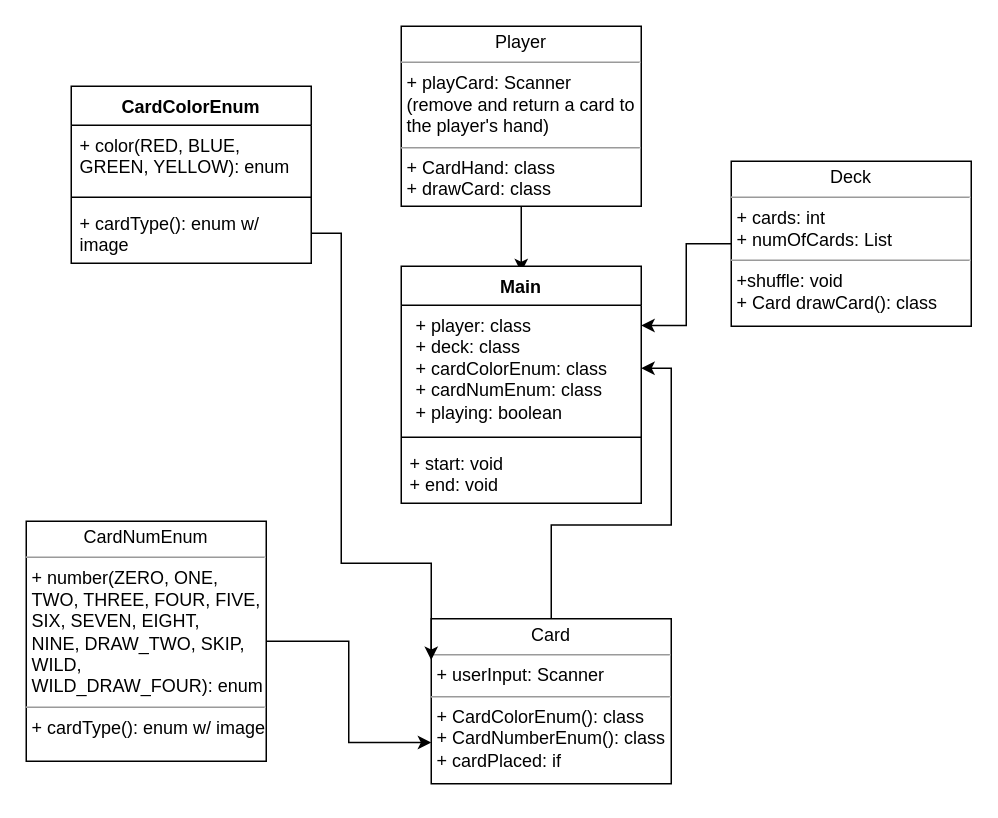
The draw.io diagram UnoGame.drawio in LilianDm/UnoGame, before the edit. Source tidied: cells renumbered, new cells numbered last; positions are measured from the earlier drawing's top-left corner, leaving out a move shared by most shapes. Both pictures are drawn from the tidied source at 150%, with x=0, y=0 at pixel (26, 26).
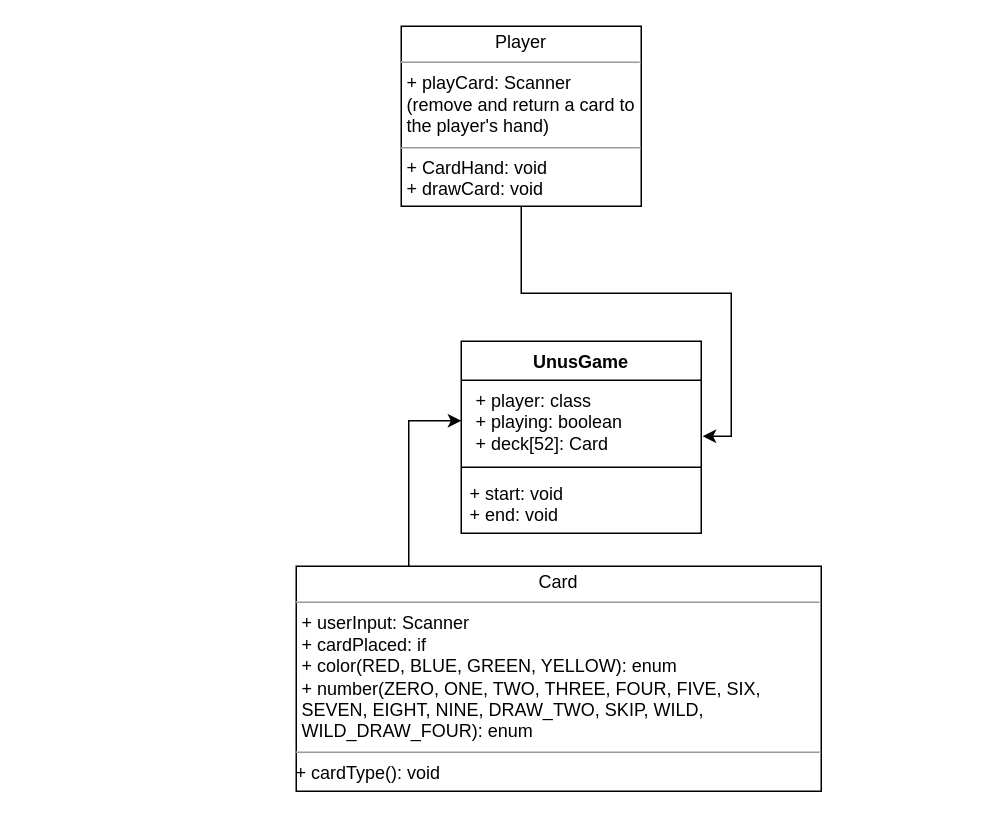
The same page after the edit.

The edit, as a diff of the source:
```diff
@@
-    <mxCell id="2" value="CardColorEnum" style="swimlane;fontStyle=1;align=center;verticalAlign=top;horizontal=1;startSize=26;whiteSpace=wrap;html=1;" parent="1" vertex="1">
-      <mxGeometry x="30" y="40" width="160" height="118" as="geometry" />
-    </mxCell>
-    <mxCell id="3" value="+ color(RED, BLUE, GREEN, YELLOW): enum" style="text;strokeColor=none;fillColor=none;align=left;verticalAlign=top;spacingLeft=4;spacingRight=4;overflow=hidden;whiteSpace=wrap;html=1;" parent="2" vertex="1">
-      <mxGeometry y="26" width="160" height="44" as="geometry" />
-    </mxCell>
-    <mxCell id="4" style="line;strokeWidth=1;fillColor=none;align=left;verticalAlign=middle;spacingTop=-1;spacingLeft=3;spacingRight=3;labelPosition=right;strokeColor=inherit;" parent="2" vertex="1">
-      <mxGeometry y="70" width="160" height="8" as="geometry" />
-    </mxCell>
-    <mxCell id="5" value="+ cardType(): enum w/ image" style="text;strokeColor=none;fillColor=none;align=left;verticalAlign=top;spacingLeft=4;spacingRight=4;overflow=hidden;points=[[0,0.5],[1,0.5]];portConstraint=eastwest;whiteSpace=wrap;html=1;" parent="2" vertex="1">
-      <mxGeometry y="78" width="160" height="40" as="geometry" />
-    </mxCell>
-    <mxCell id="6" style="edgeStyle=orthogonalEdgeStyle;rounded=0;jettySize=auto;html=1;entryX=0.5;entryY=0;entryDx=0;entryDy=0;" parent="1" edge="1" source="7">
-      <mxGeometry relative="1" as="geometry">
-        <mxPoint x="330" y="164" as="targetPoint" />
-      </mxGeometry>
+    <mxCell id="6" style="edgeStyle=orthogonalEdgeStyle;rounded=0;jettySize=auto;html=1;entryX=1.006;entryY=0.691;entryDx=0;entryDy=0;entryPerimeter=0;" parent="1" edge="1" source="7" target="11">
+      <mxGeometry relative="1" as="geometry" />
     </mxCell>
-    <mxCell id="7" value="&lt;p style=&quot;margin:0px;margin-top:4px;text-align:center;&quot;&gt;Player&lt;/p&gt;&lt;hr size=&quot;1&quot;&gt;&lt;p style=&quot;margin:0px;margin-left:4px;&quot;&gt;+ playCard: Scanner&lt;/p&gt;&lt;p style=&quot;margin:0px;margin-left:4px;&quot;&gt;(remove and return a card to the player's hand)&lt;/p&gt;&lt;hr size=&quot;1&quot;&gt;&lt;p style=&quot;margin:0px;margin-left:4px;&quot;&gt;+ CardHand: class&lt;br&gt;&lt;/p&gt;&lt;p style=&quot;margin:0px;margin-left:4px;&quot;&gt;+ drawCard: class&lt;br&gt;&lt;/p&gt;" style="verticalAlign=top;align=left;overflow=fill;html=1;whiteSpace=wrap;" parent="1" vertex="1">
+    <mxCell id="7" value="&lt;p style=&quot;margin:0px;margin-top:4px;text-align:center;&quot;&gt;Player&lt;/p&gt;&lt;hr size=&quot;1&quot;&gt;&lt;p style=&quot;margin:0px;margin-left:4px;&quot;&gt;+ playCard: Scanner&lt;/p&gt;&lt;p style=&quot;margin:0px;margin-left:4px;&quot;&gt;(remove and return a card to the player's hand)&lt;/p&gt;&lt;hr size=&quot;1&quot;&gt;&lt;p style=&quot;margin:0px;margin-left:4px;&quot;&gt;+ CardHand: void&lt;br&gt;&lt;/p&gt;&lt;p style=&quot;margin:0px;margin-left:4px;&quot;&gt;+ drawCard: void&lt;br&gt;&lt;/p&gt;" style="verticalAlign=top;align=left;overflow=fill;html=1;whiteSpace=wrap;" parent="1" vertex="1">
       <mxGeometry x="250" width="160" height="120" as="geometry" />
     </mxCell>
-    <mxCell id="8" style="edgeStyle=orthogonalEdgeStyle;rounded=0;jettySize=auto;html=1;" parent="1" edge="1" source="9" target="11">
-      <mxGeometry relative="1" as="geometry" />
+    <mxCell id="8" style="edgeStyle=orthogonalEdgeStyle;rounded=0;jettySize=auto;html=1;entryX=0;entryY=0.5;entryDx=0;entryDy=0;" parent="1" edge="1" target="11">
+      <mxGeometry relative="1" as="geometry">
+        <mxPoint x="255" y="360" as="sourcePoint" />
+        <Array as="points">
+          <mxPoint x="255" y="263" />
+        </Array>
+      </mxGeometry>
     </mxCell>
-    <mxCell id="9" value="&lt;p style=&quot;margin:0px;margin-top:4px;text-align:center;&quot;&gt;Card&lt;/p&gt;&lt;hr size=&quot;1&quot;&gt;&lt;p style=&quot;margin:0px;margin-left:4px;&quot;&gt;+ userInput: Scanner&lt;/p&gt;&lt;hr size=&quot;1&quot;&gt;&lt;p style=&quot;margin:0px;margin-left:4px;&quot;&gt;+ CardColorEnum(): class&lt;/p&gt;&lt;p style=&quot;margin:0px;margin-left:4px;&quot;&gt;+ CardNumberEnum(): class&lt;/p&gt;&lt;p style=&quot;margin:0px;margin-left:4px;&quot;&gt;+ cardPlaced: if&lt;/p&gt;" style="verticalAlign=top;align=left;overflow=fill;html=1;whiteSpace=wrap;" parent="1" vertex="1">
-      <mxGeometry x="270" y="395" width="160" height="110" as="geometry" />
+    <mxCell id="9" value="&lt;p style=&quot;margin:0px;margin-top:4px;text-align:center;&quot;&gt;Card&lt;/p&gt;&lt;hr size=&quot;1&quot;&gt;&lt;p style=&quot;margin:0px;margin-left:4px;&quot;&gt;+ userInput: Scanner&lt;/p&gt;&lt;p style=&quot;margin:0px;margin-left:4px;&quot;&gt;+ cardPlaced: if&lt;/p&gt;&lt;p style=&quot;margin:0px;margin-left:4px;&quot;&gt;&lt;span style=&quot;background-color: initial;&quot;&gt;+ color(RED, BLUE, GREEN, YELLOW): enum&lt;/span&gt;&lt;br&gt;&lt;/p&gt;&lt;p style=&quot;margin:0px;margin-left:4px;&quot;&gt;&lt;span style=&quot;background-color: initial;&quot;&gt;+ number(ZERO, ONE, TWO, THREE, FOUR, FIVE, SIX, SEVEN, EIGHT, NINE, DRAW_TWO, SKIP, WILD, WILD_DRAW_FOUR): enum&lt;/span&gt;&lt;br&gt;&lt;/p&gt;&lt;hr size=&quot;1&quot;&gt;+ cardType(): void&lt;p style=&quot;margin:0px;margin-left:4px;&quot;&gt;&lt;/p&gt;" style="verticalAlign=top;align=left;overflow=fill;html=1;whiteSpace=wrap;" parent="1" vertex="1">
+      <mxGeometry x="180" y="360" width="350" height="150" as="geometry" />
     </mxCell>
-    <mxCell id="10" value="Main" style="swimlane;fontStyle=1;align=center;verticalAlign=top;horizontal=1;startSize=26;whiteSpace=wrap;html=1;" parent="1" vertex="1">
-      <mxGeometry x="250" y="160" width="160" height="158" as="geometry" />
+    <mxCell id="10" value="UnusGame" style="swimlane;fontStyle=1;align=center;verticalAlign=top;horizontal=1;startSize=26;whiteSpace=wrap;html=1;" parent="1" vertex="1">
+      <mxGeometry x="290" y="210" width="160" height="128" as="geometry" />
     </mxCell>
-    <mxCell id="11" value="&lt;p style=&quot;--tw-border-spacing-x: 0; --tw-border-spacing-y: 0; --tw-translate-x: 0; --tw-translate-y: 0; --tw-rotate: 0; --tw-skew-x: 0; --tw-skew-y: 0; --tw-scale-x: 1; --tw-scale-y: 1; --tw-pan-x: ; --tw-pan-y: ; --tw-pinch-zoom: ; --tw-scroll-snap-strictness: proximity; --tw-gradient-from-position: ; --tw-gradient-via-position: ; --tw-gradient-to-position: ; --tw-ordinal: ; --tw-slashed-zero: ; --tw-numeric-figure: ; --tw-numeric-spacing: ; --tw-numeric-fraction: ; --tw-ring-inset: ; --tw-ring-offset-width: 0px; --tw-ring-offset-color: #fff; --tw-ring-color: rgb(59 130 246 / .5); --tw-ring-offset-shadow: 0 0 #0000; --tw-ring-shadow: 0 0 #0000; --tw-shadow: 0 0 #0000; --tw-shadow-colored: 0 0 #0000; --tw-blur: ; --tw-brightness: ; --tw-contrast: ; --tw-grayscale: ; --tw-hue-rotate: ; --tw-invert: ; --tw-saturate: ; --tw-sepia: ; --tw-drop-shadow: ; --tw-backdrop-blur: ; --tw-backdrop-brightness: ; --tw-backdrop-contrast: ; --tw-backdrop-grayscale: ; --tw-backdrop-hue-rotate: ; --tw-backdrop-invert: ; --tw-backdrop-opacity: ; --tw-backdrop-saturate: ; --tw-backdrop-sepia: ; border-color: var(--border-color); margin: 0px 0px 0px 4px;&quot;&gt;+ player: class&lt;br style=&quot;--tw-border-spacing-x: 0; --tw-border-spacing-y: 0; --tw-translate-x: 0; --tw-translate-y: 0; --tw-rotate: 0; --tw-skew-x: 0; --tw-skew-y: 0; --tw-scale-x: 1; --tw-scale-y: 1; --tw-pan-x: ; --tw-pan-y: ; --tw-pinch-zoom: ; --tw-scroll-snap-strictness: proximity; --tw-gradient-from-position: ; --tw-gradient-via-position: ; --tw-gradient-to-position: ; --tw-ordinal: ; --tw-slashed-zero: ; --tw-numeric-figure: ; --tw-numeric-spacing: ; --tw-numeric-fraction: ; --tw-ring-inset: ; --tw-ring-offset-width: 0px; --tw-ring-offset-color: #fff; --tw-ring-color: rgb(59 130 246 / .5); --tw-ring-offset-shadow: 0 0 #0000; --tw-ring-shadow: 0 0 #0000; --tw-shadow: 0 0 #0000; --tw-shadow-colored: 0 0 #0000; --tw-blur: ; --tw-brightness: ; --tw-contrast: ; --tw-grayscale: ; --tw-hue-rotate: ; --tw-invert: ; --tw-saturate: ; --tw-sepia: ; --tw-drop-shadow: ; --tw-backdrop-blur: ; --tw-backdrop-brightness: ; --tw-backdrop-contrast: ; --tw-backdrop-grayscale: ; --tw-backdrop-hue-rotate: ; --tw-backdrop-invert: ; --tw-backdrop-opacity: ; --tw-backdrop-saturate: ; --tw-backdrop-sepia: ; border-color: var(--border-color);&quot;&gt;&lt;/p&gt;&lt;p style=&quot;--tw-border-spacing-x: 0; --tw-border-spacing-y: 0; --tw-translate-x: 0; --tw-translate-y: 0; --tw-rotate: 0; --tw-skew-x: 0; --tw-skew-y: 0; --tw-scale-x: 1; --tw-scale-y: 1; --tw-pan-x: ; --tw-pan-y: ; --tw-pinch-zoom: ; --tw-scroll-snap-strictness: proximity; --tw-gradient-from-position: ; --tw-gradient-via-position: ; --tw-gradient-to-position: ; --tw-ordinal: ; --tw-slashed-zero: ; --tw-numeric-figure: ; --tw-numeric-spacing: ; --tw-numeric-fraction: ; --tw-ring-inset: ; --tw-ring-offset-width: 0px; --tw-ring-offset-color: #fff; --tw-ring-color: rgb(59 130 246 / .5); --tw-ring-offset-shadow: 0 0 #0000; --tw-ring-shadow: 0 0 #0000; --tw-shadow: 0 0 #0000; --tw-shadow-colored: 0 0 #0000; --tw-blur: ; --tw-brightness: ; --tw-contrast: ; --tw-grayscale: ; --tw-hue-rotate: ; --tw-invert: ; --tw-saturate: ; --tw-sepia: ; --tw-drop-shadow: ; --tw-backdrop-blur: ; --tw-backdrop-brightness: ; --tw-backdrop-contrast: ; --tw-backdrop-grayscale: ; --tw-backdrop-hue-rotate: ; --tw-backdrop-invert: ; --tw-backdrop-opacity: ; --tw-backdrop-saturate: ; --tw-backdrop-sepia: ; border-color: var(--border-color); margin: 0px 0px 0px 4px;&quot;&gt;+ deck: class&lt;/p&gt;&lt;p style=&quot;--tw-border-spacing-x: 0; --tw-border-spacing-y: 0; --tw-translate-x: 0; --tw-translate-y: 0; --tw-rotate: 0; --tw-skew-x: 0; --tw-skew-y: 0; --tw-scale-x: 1; --tw-scale-y: 1; --tw-pan-x: ; --tw-pan-y: ; --tw-pinch-zoom: ; --tw-scroll-snap-strictness: proximity; --tw-gradient-from-position: ; --tw-gradient-via-position: ; --tw-gradient-to-position: ; --tw-ordinal: ; --tw-slashed-zero: ; --tw-numeric-figure: ; --tw-numeric-spacing: ; --tw-numeric-fraction: ; --tw-ring-inset: ; --tw-ring-offset-width: 0px; --tw-ring-offset-color: #fff; --tw-ring-color: rgb(59 130 246 / .5); --tw-ring-offset-shadow: 0 0 #0000; --tw-ring-shadow: 0 0 #0000; --tw-shadow: 0 0 #0000; --tw-shadow-colored: 0 0 #0000; --tw-blur: ; --tw-brightness: ; --tw-contrast: ; --tw-grayscale: ; --tw-hue-rotate: ; --tw-invert: ; --tw-saturate: ; --tw-sepia: ; --tw-drop-shadow: ; --tw-backdrop-blur: ; --tw-backdrop-brightness: ; --tw-backdrop-contrast: ; --tw-backdrop-grayscale: ; --tw-backdrop-hue-rotate: ; --tw-backdrop-invert: ; --tw-backdrop-opacity: ; --tw-backdrop-saturate: ; --tw-backdrop-sepia: ; border-color: var(--border-color); margin: 0px 0px 0px 4px;&quot;&gt;+ cardColorEnum: class&lt;/p&gt;&lt;p style=&quot;--tw-border-spacing-x: 0; --tw-border-spacing-y: 0; --tw-translate-x: 0; --tw-translate-y: 0; --tw-rotate: 0; --tw-skew-x: 0; --tw-skew-y: 0; --tw-scale-x: 1; --tw-scale-y: 1; --tw-pan-x: ; --tw-pan-y: ; --tw-pinch-zoom: ; --tw-scroll-snap-strictness: proximity; --tw-gradient-from-position: ; --tw-gradient-via-position: ; --tw-gradient-to-position: ; --tw-ordinal: ; --tw-slashed-zero: ; --tw-numeric-figure: ; --tw-numeric-spacing: ; --tw-numeric-fraction: ; --tw-ring-inset: ; --tw-ring-offset-width: 0px; --tw-ring-offset-color: #fff; --tw-ring-color: rgb(59 130 246 / .5); --tw-ring-offset-shadow: 0 0 #0000; --tw-ring-shadow: 0 0 #0000; --tw-shadow: 0 0 #0000; --tw-shadow-colored: 0 0 #0000; --tw-blur: ; --tw-brightness: ; --tw-contrast: ; --tw-grayscale: ; --tw-hue-rotate: ; --tw-invert: ; --tw-saturate: ; --tw-sepia: ; --tw-drop-shadow: ; --tw-backdrop-blur: ; --tw-backdrop-brightness: ; --tw-backdrop-contrast: ; --tw-backdrop-grayscale: ; --tw-backdrop-hue-rotate: ; --tw-backdrop-invert: ; --tw-backdrop-opacity: ; --tw-backdrop-saturate: ; --tw-backdrop-sepia: ; border-color: var(--border-color); margin: 0px 0px 0px 4px;&quot;&gt;+ cardNumEnum: class&lt;/p&gt;&lt;p style=&quot;--tw-border-spacing-x: 0; --tw-border-spacing-y: 0; --tw-translate-x: 0; --tw-translate-y: 0; --tw-rotate: 0; --tw-skew-x: 0; --tw-skew-y: 0; --tw-scale-x: 1; --tw-scale-y: 1; --tw-pan-x: ; --tw-pan-y: ; --tw-pinch-zoom: ; --tw-scroll-snap-strictness: proximity; --tw-gradient-from-position: ; --tw-gradient-via-position: ; --tw-gradient-to-position: ; --tw-ordinal: ; --tw-slashed-zero: ; --tw-numeric-figure: ; --tw-numeric-spacing: ; --tw-numeric-fraction: ; --tw-ring-inset: ; --tw-ring-offset-width: 0px; --tw-ring-offset-color: #fff; --tw-ring-color: rgb(59 130 246 / .5); --tw-ring-offset-shadow: 0 0 #0000; --tw-ring-shadow: 0 0 #0000; --tw-shadow: 0 0 #0000; --tw-shadow-colored: 0 0 #0000; --tw-blur: ; --tw-brightness: ; --tw-contrast: ; --tw-grayscale: ; --tw-hue-rotate: ; --tw-invert: ; --tw-saturate: ; --tw-sepia: ; --tw-drop-shadow: ; --tw-backdrop-blur: ; --tw-backdrop-brightness: ; --tw-backdrop-contrast: ; --tw-backdrop-grayscale: ; --tw-backdrop-hue-rotate: ; --tw-backdrop-invert: ; --tw-backdrop-opacity: ; --tw-backdrop-saturate: ; --tw-backdrop-sepia: ; border-color: var(--border-color); margin: 0px 0px 0px 4px;&quot;&gt;+ playing: boolean&lt;/p&gt;" style="text;strokeColor=none;fillColor=none;align=left;verticalAlign=top;spacingLeft=4;spacingRight=4;overflow=hidden;points=[[0,0.5],[1,0.5]];portConstraint=eastwest;whiteSpace=wrap;html=1;" parent="10" vertex="1">
-      <mxGeometry y="26" width="160" height="84" as="geometry" />
+    <mxCell id="11" value="&lt;p style=&quot;--tw-border-spacing-x: 0; --tw-border-spacing-y: 0; --tw-translate-x: 0; --tw-translate-y: 0; --tw-rotate: 0; --tw-skew-x: 0; --tw-skew-y: 0; --tw-scale-x: 1; --tw-scale-y: 1; --tw-pan-x: ; --tw-pan-y: ; --tw-pinch-zoom: ; --tw-scroll-snap-strictness: proximity; --tw-gradient-from-position: ; --tw-gradient-via-position: ; --tw-gradient-to-position: ; --tw-ordinal: ; --tw-slashed-zero: ; --tw-numeric-figure: ; --tw-numeric-spacing: ; --tw-numeric-fraction: ; --tw-ring-inset: ; --tw-ring-offset-width: 0px; --tw-ring-offset-color: #fff; --tw-ring-color: rgb(59 130 246 / .5); --tw-ring-offset-shadow: 0 0 #0000; --tw-ring-shadow: 0 0 #0000; --tw-shadow: 0 0 #0000; --tw-shadow-colored: 0 0 #0000; --tw-blur: ; --tw-brightness: ; --tw-contrast: ; --tw-grayscale: ; --tw-hue-rotate: ; --tw-invert: ; --tw-saturate: ; --tw-sepia: ; --tw-drop-shadow: ; --tw-backdrop-blur: ; --tw-backdrop-brightness: ; --tw-backdrop-contrast: ; --tw-backdrop-grayscale: ; --tw-backdrop-hue-rotate: ; --tw-backdrop-invert: ; --tw-backdrop-opacity: ; --tw-backdrop-saturate: ; --tw-backdrop-sepia: ; border-color: var(--border-color); margin: 0px 0px 0px 4px;&quot;&gt;+ player: class&lt;/p&gt;&lt;p style=&quot;--tw-border-spacing-x: 0; --tw-border-spacing-y: 0; --tw-translate-x: 0; --tw-translate-y: 0; --tw-rotate: 0; --tw-skew-x: 0; --tw-skew-y: 0; --tw-scale-x: 1; --tw-scale-y: 1; --tw-pan-x: ; --tw-pan-y: ; --tw-pinch-zoom: ; --tw-scroll-snap-strictness: proximity; --tw-gradient-from-position: ; --tw-gradient-via-position: ; --tw-gradient-to-position: ; --tw-ordinal: ; --tw-slashed-zero: ; --tw-numeric-figure: ; --tw-numeric-spacing: ; --tw-numeric-fraction: ; --tw-ring-inset: ; --tw-ring-offset-width: 0px; --tw-ring-offset-color: #fff; --tw-ring-color: rgb(59 130 246 / .5); --tw-ring-offset-shadow: 0 0 #0000; --tw-ring-shadow: 0 0 #0000; --tw-shadow: 0 0 #0000; --tw-shadow-colored: 0 0 #0000; --tw-blur: ; --tw-brightness: ; --tw-contrast: ; --tw-grayscale: ; --tw-hue-rotate: ; --tw-invert: ; --tw-saturate: ; --tw-sepia: ; --tw-drop-shadow: ; --tw-backdrop-blur: ; --tw-backdrop-brightness: ; --tw-backdrop-contrast: ; --tw-backdrop-grayscale: ; --tw-backdrop-hue-rotate: ; --tw-backdrop-invert: ; --tw-backdrop-opacity: ; --tw-backdrop-saturate: ; --tw-backdrop-sepia: ; border-color: var(--border-color); margin: 0px 0px 0px 4px;&quot;&gt;+ playing: boolean&lt;/p&gt;&lt;p style=&quot;--tw-border-spacing-x: 0; --tw-border-spacing-y: 0; --tw-translate-x: 0; --tw-translate-y: 0; --tw-rotate: 0; --tw-skew-x: 0; --tw-skew-y: 0; --tw-scale-x: 1; --tw-scale-y: 1; --tw-pan-x: ; --tw-pan-y: ; --tw-pinch-zoom: ; --tw-scroll-snap-strictness: proximity; --tw-gradient-from-position: ; --tw-gradient-via-position: ; --tw-gradient-to-position: ; --tw-ordinal: ; --tw-slashed-zero: ; --tw-numeric-figure: ; --tw-numeric-spacing: ; --tw-numeric-fraction: ; --tw-ring-inset: ; --tw-ring-offset-width: 0px; --tw-ring-offset-color: #fff; --tw-ring-color: rgb(59 130 246 / .5); --tw-ring-offset-shadow: 0 0 #0000; --tw-ring-shadow: 0 0 #0000; --tw-shadow: 0 0 #0000; --tw-shadow-colored: 0 0 #0000; --tw-blur: ; --tw-brightness: ; --tw-contrast: ; --tw-grayscale: ; --tw-hue-rotate: ; --tw-invert: ; --tw-saturate: ; --tw-sepia: ; --tw-drop-shadow: ; --tw-backdrop-blur: ; --tw-backdrop-brightness: ; --tw-backdrop-contrast: ; --tw-backdrop-grayscale: ; --tw-backdrop-hue-rotate: ; --tw-backdrop-invert: ; --tw-backdrop-opacity: ; --tw-backdrop-saturate: ; --tw-backdrop-sepia: ; border-color: var(--border-color); margin: 0px 0px 0px 4px;&quot;&gt;+ deck[52]: Card&lt;/p&gt;" style="text;strokeColor=none;fillColor=none;align=left;verticalAlign=top;spacingLeft=4;spacingRight=4;overflow=hidden;points=[[0,0.5],[1,0.5]];portConstraint=eastwest;whiteSpace=wrap;html=1;" parent="10" vertex="1">
+      <mxGeometry y="26" width="160" height="54" as="geometry" />
     </mxCell>
     <mxCell id="12" style="line;strokeWidth=1;fillColor=none;align=left;verticalAlign=middle;spacingTop=-1;spacingLeft=3;spacingRight=3;labelPosition=right;strokeColor=inherit;" parent="10" vertex="1">
-      <mxGeometry y="110" width="160" height="8" as="geometry" />
+      <mxGeometry y="80" width="160" height="8" as="geometry" />
     </mxCell>
     <mxCell id="13" value="+ start: void&lt;br&gt;+ end: void" style="text;strokeColor=none;fillColor=none;align=left;verticalAlign=top;spacingLeft=4;spacingRight=4;overflow=hidden;whiteSpace=wrap;html=1;" parent="10" vertex="1">
-      <mxGeometry y="118" width="160" height="40" as="geometry" />
+      <mxGeometry y="88" width="160" height="40" as="geometry" />
     </mxCell>
-    <mxCell id="14" style="edgeStyle=orthogonalEdgeStyle;rounded=0;jettySize=auto;html=1;entryX=0;entryY=0.75;entryDx=0;entryDy=0;" parent="1" edge="1" source="15" target="9">
-      <mxGeometry relative="1" as="geometry" />
-    </mxCell>
-    <mxCell id="15" value="&lt;p style=&quot;margin:0px;margin-top:4px;text-align:center;&quot;&gt;CardNumEnum&lt;/p&gt;&lt;hr size=&quot;1&quot;&gt;&lt;p style=&quot;margin:0px;margin-left:4px;&quot;&gt;+ number(ZERO, ONE, TWO, THREE, FOUR, FIVE, SIX, SEVEN, EIGHT, NINE,&amp;nbsp;&lt;span style=&quot;background-color: initial;&quot;&gt;DRAW_TWO, SKIP, WILD, WILD_DRAW_FOUR): enum&lt;/span&gt;&lt;/p&gt;&lt;hr size=&quot;1&quot;&gt;&lt;p style=&quot;margin:0px;margin-left:4px;&quot;&gt;&lt;span style=&quot;background-color: initial;&quot;&gt;+ cardType(): enum w/ image&lt;/span&gt;&lt;br&gt;&lt;/p&gt;" style="verticalAlign=top;align=left;overflow=fill;html=1;whiteSpace=wrap;" parent="1" vertex="1">
-      <mxGeometry y="330" width="160" height="160" as="geometry" />
-    </mxCell>
-    <mxCell id="16" style="edgeStyle=orthogonalEdgeStyle;rounded=0;jettySize=auto;html=1;entryX=1;entryY=0.25;entryDx=0;entryDy=0;" parent="1" edge="1" source="17" target="10">
-      <mxGeometry relative="1" as="geometry" />
-    </mxCell>
-    <mxCell id="17" value="&lt;p style=&quot;margin:0px;margin-top:4px;text-align:center;&quot;&gt;Deck&lt;/p&gt;&lt;hr size=&quot;1&quot;&gt;&lt;p style=&quot;margin:0px;margin-left:4px;&quot;&gt;+ cards: int&lt;br&gt;&lt;/p&gt;&lt;p style=&quot;margin:0px;margin-left:4px;&quot;&gt;+ numOfCards: List&lt;br&gt;&lt;/p&gt;&lt;hr size=&quot;1&quot;&gt;&lt;p style=&quot;margin:0px;margin-left:4px;&quot;&gt;&lt;span style=&quot;background-color: initial;&quot;&gt;+shuffle: void&lt;/span&gt;&lt;br&gt;&lt;/p&gt;&lt;p style=&quot;margin:0px;margin-left:4px;&quot;&gt;+ Card drawCard(): class&lt;/p&gt;" style="verticalAlign=top;align=left;overflow=fill;html=1;whiteSpace=wrap;" parent="1" vertex="1">
-      <mxGeometry x="470" y="90" width="160" height="110" as="geometry" />
-    </mxCell>
-    <mxCell id="18" style="edgeStyle=orthogonalEdgeStyle;rounded=0;jettySize=auto;html=1;entryX=0;entryY=0.25;entryDx=0;entryDy=0;" parent="1" edge="1" source="5" target="9">
-      <mxGeometry relative="1" as="geometry">
-        <Array as="points">
-          <mxPoint x="210" y="138" />
-          <mxPoint x="210" y="358" />
-        </Array>
-      </mxGeometry>
-    </mxCell>
```
